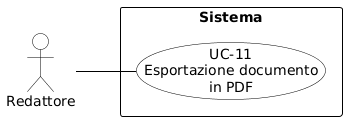
aLittleByte-19/Documentazione keeps this PlantUML diagram as RTB/Analisi dei Requisiti/diagrammi_use_case/UC-11.png. Above is the earlier version. Its diagram source:
```plantuml
@startuml
skinparam shadowing false
skinparam defaultFontName Arial
left to right direction

skinparam usecase {
    BackgroundColor white
    BorderColor black
    ArrowColor black
}
skinparam actor {
    BackgroundColor white
    BorderColor black
}
skinparam rectangle {
    BorderColor black
    FontStyle bold
}

actor "Redattore" as R

rectangle "Sistema" {
    usecase "UC-11\nEsportazione documento\nin PDF" as UC11
}

R -- UC11
@enduml
```
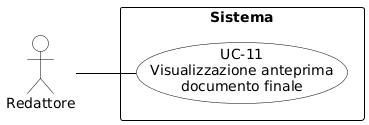
Later version of the same file.

The edit, as a diff of the source:
```diff
@@ -20,7 +20,7 @@
 actor "Redattore" as R
 
 rectangle "Sistema" {
-    usecase "UC-11\nEsportazione documento\nin PDF" as UC11
+    usecase "UC-11\nVisualizzazione anteprima\ndocumento finale" as UC11
 }
 
 R -- UC11
```
